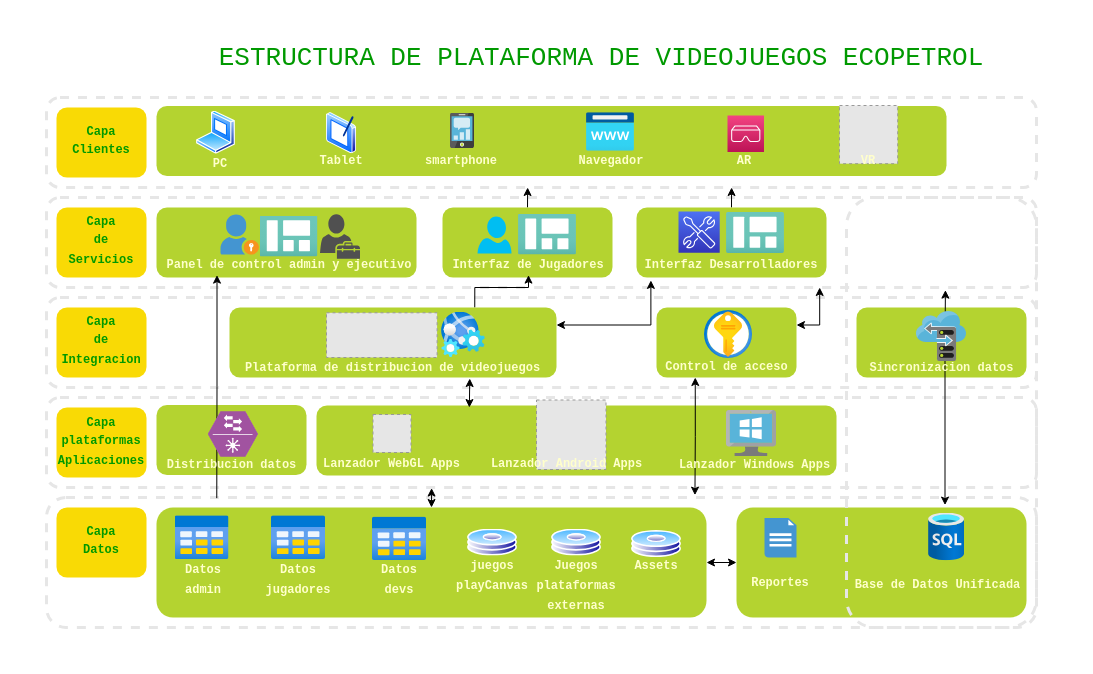
Above: diagrama-plataforma-juegos-ecopetrol.drawio in atractorestudio/docs (draw.io), before the change. Source tidied: cells renumbered, new cells numbered last; positions are measured from the earlier drawing's top-left corner, leaving out a move shared by most shapes. Both pictures are drawn from the tidied source at 100%, with x=0, y=0 at pixel (46, 47). Pictures stored in the file or linked from it are replaced by grey dashed boxes.
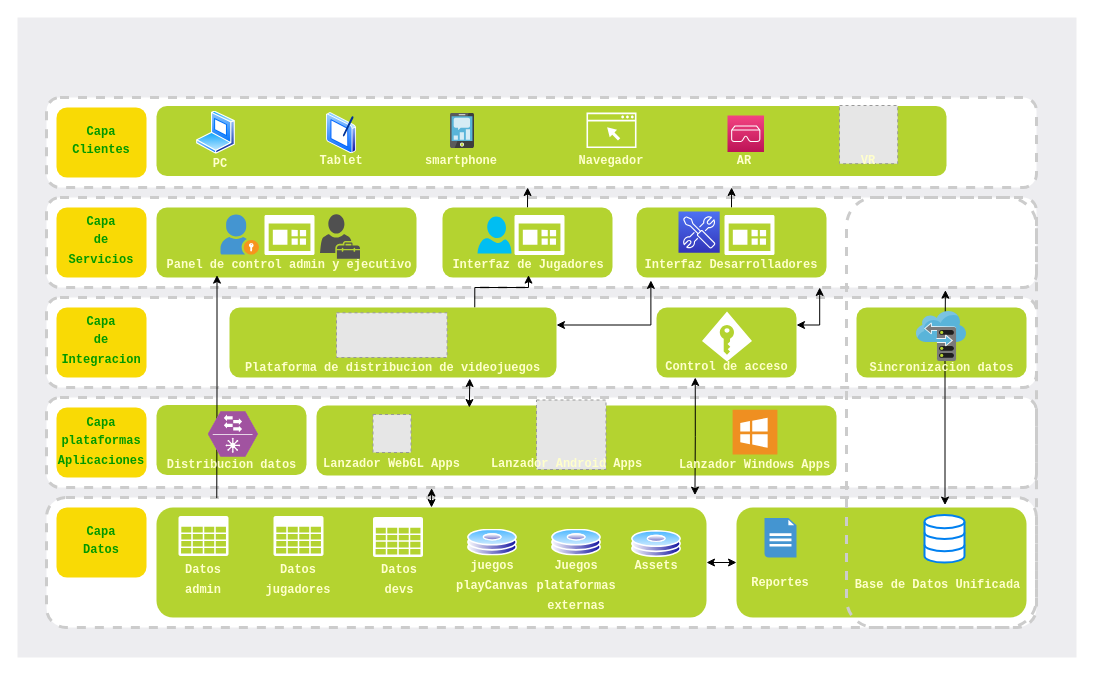
After the change.

What changed in the source:
```diff
@@
+    <mxCell id="108" style="rounded=0;whiteSpace=wrap;html=1;sketch=0;strokeWidth=3;fontFamily=Garamond;fontSize=26;fontColor=#00CC00;glass=0;shadow=0;strokeColor=none;fillColor=#EDEDF0;" parent="1" vertex="1">
+      <mxGeometry x="-29" y="-30" width="1059" height="640" as="geometry" />
+    </mxCell>
-    <mxCell id="2" style="rounded=1;whiteSpace=wrap;html=1;dashed=1;strokeColor=#E6E6E6;strokeWidth=3;" parent="1" vertex="1">
+    <mxCell id="2" style="rounded=1;whiteSpace=wrap;html=1;dashed=1;strokeWidth=3;strokeColor=#CCCCCC;" parent="1" vertex="1">
       <mxGeometry y="350" width="990" height="90" as="geometry" />
     </mxCell>
@@
-    <mxCell id="4" style="rounded=1;whiteSpace=wrap;html=1;dashed=1;strokeColor=#E6E6E6;strokeWidth=3;" parent="1" vertex="1">
+    <mxCell id="4" style="rounded=1;whiteSpace=wrap;html=1;dashed=1;strokeWidth=3;strokeColor=#CCCCCC;" parent="1" vertex="1">
       <mxGeometry y="50" width="990" height="90" as="geometry" />
     </mxCell>
@@
-    <mxCell id="6" style="rounded=1;whiteSpace=wrap;html=1;dashed=1;strokeColor=#E6E6E6;strokeWidth=3;" parent="1" vertex="1">
+    <mxCell id="6" style="rounded=1;whiteSpace=wrap;html=1;dashed=1;strokeWidth=3;strokeColor=#CCCCCC;" parent="1" vertex="1">
       <mxGeometry y="150" width="990" height="90" as="geometry" />
     </mxCell>
@@
-    <mxCell id="12" style="rounded=1;whiteSpace=wrap;html=1;dashed=1;strokeColor=#E6E6E6;strokeWidth=3;" parent="1" vertex="1">
+    <mxCell id="12" style="rounded=1;whiteSpace=wrap;html=1;dashed=1;strokeWidth=3;strokeColor=#CCCCCC;" parent="1" vertex="1">
       <mxGeometry y="250" width="990" height="90" as="geometry" />
     </mxCell>
@@
-    <mxCell id="20" style="rounded=1;whiteSpace=wrap;html=1;dashed=1;strokeColor=#E6E6E6;strokeWidth=3;" parent="1" vertex="1">
+    <mxCell id="20" style="rounded=1;whiteSpace=wrap;html=1;dashed=1;strokeWidth=3;strokeColor=#CCCCCC;" parent="1" vertex="1">
       <mxGeometry y="450" width="990" height="130" as="geometry" />
     </mxCell>
@@
-    <mxCell id="26" style="rounded=1;whiteSpace=wrap;html=1;dashed=1;strokeColor=#E6E6E6;strokeWidth=3;fillColor=none;" parent="1" vertex="1">
+    <mxCell id="26" style="rounded=1;whiteSpace=wrap;html=1;dashed=1;strokeWidth=3;fillColor=none;strokeColor=#CCCCCC;" parent="1" vertex="1">
       <mxGeometry x="800" y="150" width="190" height="430" as="geometry" />
     </mxCell>
-    <mxCell id="27" style="html=1;align=center;image;fontSize=12;image=img/lib/azure2/databases/SQL_Database.svg;dashed=1;strokeColor=#E6E6E6;strokeWidth=3;fillColor=none;" parent="1" vertex="1">
-      <mxGeometry x="882.1" y="465.5" width="35.9" height="47.8" as="geometry" />
-    </mxCell>
-    <mxCell id="28" style="html=1;align=center;image;fontSize=12;image=img/lib/azure2/general/Table.svg;dashed=1;strokeColor=#E6E6E6;strokeWidth=3;fillColor=none;" parent="1" vertex="1">
-      <mxGeometry x="128.5" y="468.3" width="54" height="43.9" as="geometry" />
-    </mxCell>
-    <mxCell id="29" style="html=1;align=center;image;fontSize=12;image=img/lib/azure2/general/Dashboard.svg;dashed=1;strokeColor=#E6E6E6;strokeWidth=3;fillColor=none;sketch=0;" parent="1" vertex="1">
-      <mxGeometry x="213.5" y="168.5" width="58" height="40.9" as="geometry" />
-    </mxCell>
-    <mxCell id="30" style="html=1;align=center;image;fontSize=12;image=img/lib/azure2/general/Dashboard.svg;dashed=1;strokeColor=#F08705;strokeWidth=3;fillColor=none;sketch=0;" parent="1" vertex="1">
-      <mxGeometry x="472" y="166.7" width="58" height="40.9" as="geometry" />
-    </mxCell>
-    <mxCell id="31" style="html=1;align=center;image;fontSize=12;image=img/lib/azure2/general/Dashboard.svg;dashed=1;strokeColor=#E6E6E6;strokeWidth=3;fillColor=none;sketch=0;" parent="1" vertex="1">
-      <mxGeometry x="680" y="165" width="58" height="40.9" as="geometry" />
-    </mxCell>
-    <mxCell id="32" style="html=1;align=center;image;fontSize=12;image=img/lib/azure2/preview/Web_Environment.svg;dashed=1;sketch=1;strokeColor=#E6E6E6;strokeWidth=3;fillColor=none;" parent="1" vertex="1">
-      <mxGeometry x="395" y="264.6" width="44" height="45.4" as="geometry" />
-    </mxCell>
-    <mxCell id="33" style="html=1;align=center;image;fontSize=12;image=img/lib/azure2/security/Key_Vaults.svg;dashed=1;sketch=1;strokeColor=#E6E6E6;strokeWidth=3;fillColor=none;" parent="1" vertex="1">
-      <mxGeometry x="658" y="263" width="48" height="48" as="geometry" />
-    </mxCell>
@@
-    <mxCell id="39" style="html=1;align=center;image;fontSize=12;image=img/lib/azure2/app_services/App_Service_Domains.svg;dashed=1;sketch=0;strokeColor=#E6E6E6;strokeWidth=3;fillColor=none;" parent="1" vertex="1">
-      <mxGeometry x="540" y="65.3" width="48" height="38.4" as="geometry" />
-    </mxCell>
@@
-    <mxCell id="48" style="html=1;align=center;image;fontSize=12;image=img/lib/azure2/general/Table.svg;dashed=1;strokeColor=#E6E6E6;strokeWidth=3;fillColor=none;" parent="1" vertex="1">
-      <mxGeometry x="225" y="468.3" width="54" height="43.9" as="geometry" />
-    </mxCell>
-    <mxCell id="49" style="html=1;align=center;image;fontSize=12;image=img/lib/azure2/general/Table.svg;dashed=1;strokeColor=#E6E6E6;strokeWidth=3;fillColor=none;" parent="1" vertex="1">
-      <mxGeometry x="326" y="469.4" width="54" height="43.9" as="geometry" />
-    </mxCell>
-    <mxCell id="50" style="html=1;align=center;image;fontSize=12;image=img/lib/mscae/VirtualMachineWindows.svg;dashed=1;sketch=0;strokeColor=#E6E6E6;strokeWidth=3;fillColor=#B4D330;" parent="1" vertex="1">
-      <mxGeometry x="680" y="363" width="50" height="46" as="geometry" />
-    </mxCell>
@@
     <mxCell id="58" style="fillColor=#E6E6E6;strokeColor=#999999;dashed=1;verticalLabelPosition=bottom;labelBackgroundColor=#ffffff;verticalAlign=top;" parent="1" vertex="1">
-      <mxGeometry x="280" y="265.3" width="110.6" height="44.7" as="geometry" />
+      <mxGeometry x="290" y="265.3" width="110.6" height="44.7" as="geometry" />
     </mxCell>
@@
-    <mxCell id="107" value="&lt;font face=&quot;Courier New&quot;&gt;ESTRUCTURA DE PLATAFORMA DE VIDEOJUEGOS ECOPETROL&lt;br&gt;&lt;/font&gt;" style="text;html=1;strokeColor=none;fillColor=none;align=center;verticalAlign=middle;whiteSpace=wrap;rounded=0;dashed=1;sketch=0;fontFamily=Garamond;fontStyle=0;fontColor=#009900;fontSize=26;" parent="1" vertex="1">
-      <mxGeometry x="120" width="870" height="20" as="geometry" />
-    </mxCell>
+    <mxCell id="109" style="verticalLabelPosition=bottom;html=1;verticalAlign=top;align=center;strokeColor=none;shape=mxgraph.azure.storage;dashed=1;sketch=0;fontFamily=Garamond;fontSize=26;fontColor=#00CC00;fillColor=#FFFFFF;" parent="1" vertex="1">
+      <mxGeometry x="132" y="468.5" width="50" height="40" as="geometry" />
+    </mxCell>
+    <mxCell id="110" style="verticalLabelPosition=bottom;html=1;verticalAlign=top;align=center;strokeColor=none;shape=mxgraph.azure.storage;dashed=1;sketch=0;fontFamily=Garamond;fontSize=26;fontColor=#00CC00;fillColor=#FFFFFF;" parent="1" vertex="1">
+      <mxGeometry x="227" y="468.5" width="50" height="40" as="geometry" />
+    </mxCell>
+    <mxCell id="111" style="verticalLabelPosition=bottom;html=1;verticalAlign=top;align=center;strokeColor=none;shape=mxgraph.azure.storage;dashed=1;sketch=0;fontFamily=Garamond;fontSize=26;fontColor=#00CC00;fillColor=#FFFFFF;" parent="1" vertex="1">
+      <mxGeometry x="326.5" y="469.4" width="50" height="40" as="geometry" />
+    </mxCell>
+    <mxCell id="112" style="html=1;verticalLabelPosition=bottom;align=center;labelBackgroundColor=#ffffff;verticalAlign=top;strokeWidth=2;strokeColor=#0080F0;shadow=0;dashed=0;shape=mxgraph.ios7.icons.data;sketch=0;fillColor=#FFFFFF;fontFamily=Garamond;fontSize=26;fontColor=#00CC00;" parent="1" vertex="1">
+      <mxGeometry x="878" y="467.6" width="40" height="47.4" as="geometry" />
+    </mxCell>
+    <mxCell id="113" style="shadow=0;dashed=0;html=1;strokeColor=none;fillColor=#EF8F21;labelPosition=center;verticalLabelPosition=bottom;verticalAlign=top;align=center;shape=mxgraph.veeam.ms_windows;sketch=0;fontFamily=Garamond;fontSize=26;fontColor=#00CC00;" parent="1" vertex="1">
+      <mxGeometry x="686.1" y="362.2" width="44.8" height="44.8" as="geometry" />
+    </mxCell>
+    <mxCell id="114" style="verticalLabelPosition=bottom;html=1;verticalAlign=top;align=center;strokeColor=none;shape=mxgraph.azure.access_control;dashed=1;sketch=0;fontFamily=Garamond;fontSize=26;fontColor=#00CC00;fillColor=#FFFFFF;" parent="1" vertex="1">
+      <mxGeometry x="655.5" y="264" width="50" height="50" as="geometry" />
+    </mxCell>
+    <mxCell id="115" style="shadow=0;dashed=0;html=1;strokeColor=none;labelPosition=center;verticalLabelPosition=bottom;verticalAlign=top;align=center;shape=mxgraph.vvd.web_browser;sketch=0;fontFamily=Garamond;fontSize=26;fontColor=#00CC00;fillColor=#FFFFFF;" parent="1" vertex="1">
+      <mxGeometry x="540" y="65.1" width="50" height="35.5" as="geometry" />
+    </mxCell>
+    <mxCell id="116" style="shadow=0;dashed=0;html=1;strokeColor=none;labelPosition=center;verticalLabelPosition=bottom;verticalAlign=top;align=center;shape=mxgraph.mscae.intune.dashboard;rounded=0;glass=0;sketch=0;fontFamily=Garamond;fontSize=26;fontColor=#00CC00;fillColor=#FFFFFF;" parent="1" vertex="1">
+      <mxGeometry x="218" y="167.6" width="50" height="40" as="geometry" />
+    </mxCell>
+    <mxCell id="117" style="shadow=0;dashed=0;html=1;strokeColor=none;labelPosition=center;verticalLabelPosition=bottom;verticalAlign=top;align=center;shape=mxgraph.mscae.intune.dashboard;rounded=0;glass=0;sketch=0;fontFamily=Garamond;fontSize=26;fontColor=#00CC00;fillColor=#FFFFFF;" parent="1" vertex="1">
+      <mxGeometry x="468" y="167.6" width="50" height="40" as="geometry" />
+    </mxCell>
+    <mxCell id="118" style="shadow=0;dashed=0;html=1;strokeColor=none;labelPosition=center;verticalLabelPosition=bottom;verticalAlign=top;align=center;shape=mxgraph.mscae.intune.dashboard;rounded=0;glass=0;sketch=0;fontFamily=Garamond;fontSize=26;fontColor=#00CC00;fillColor=#FFFFFF;" parent="1" vertex="1">
+      <mxGeometry x="678" y="167.6" width="50" height="40" as="geometry" />
+    </mxCell>
```
